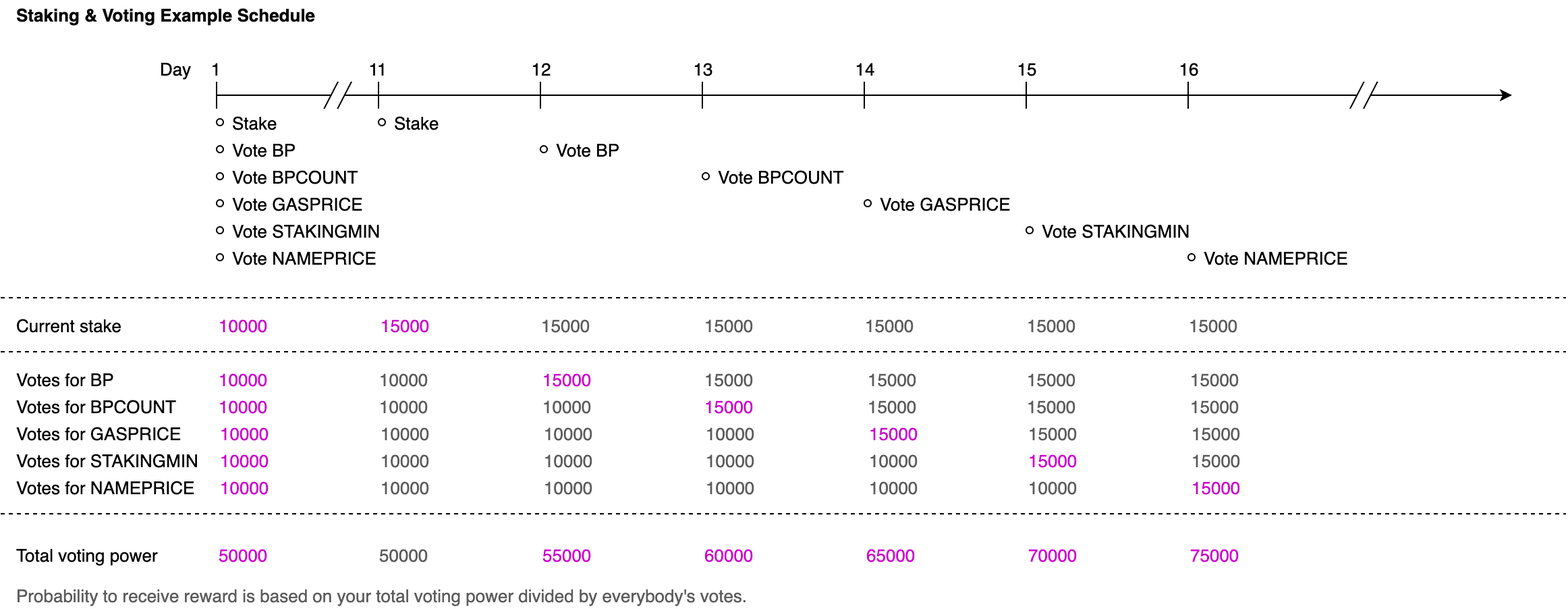
This is src/assets/voting-diagram.png from aergoio/aergo-vote-dapp, a draw.io export, as it was before one commit. Source tidied: cells renumbered, new cells last; positions are measured from the earlier drawing's top-left corner, leaving out a move shared by most shapes.
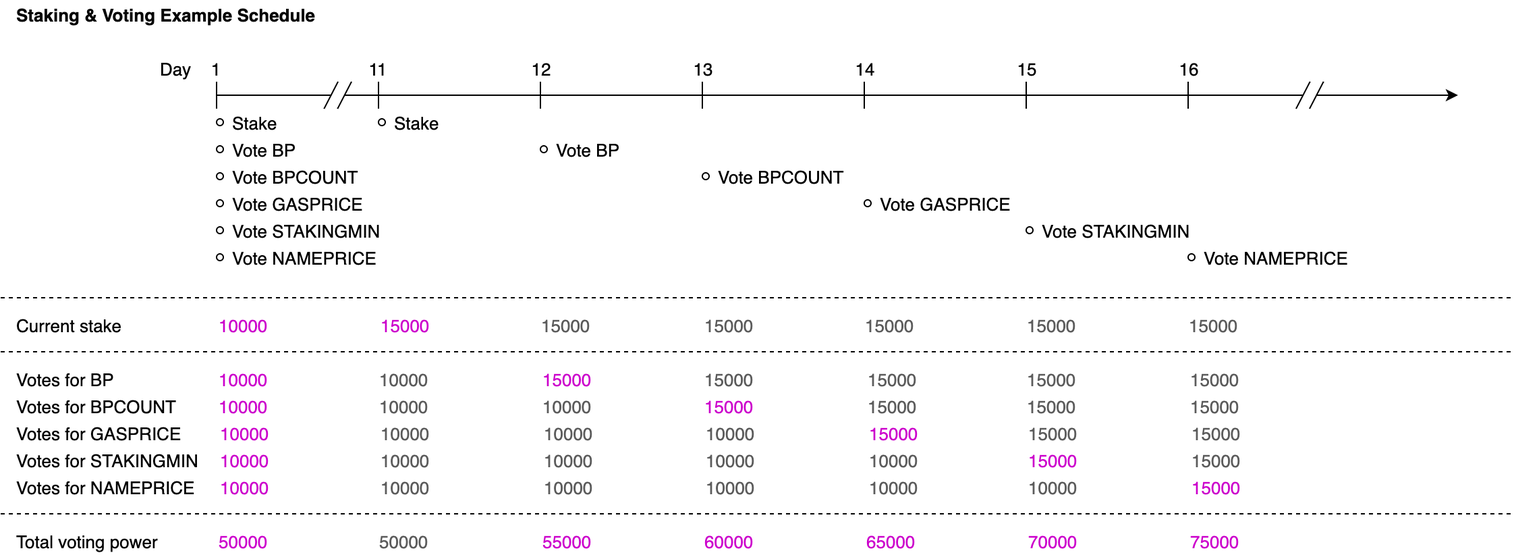
After the change.

The edit, as a diff of the source:
```diff
@@ -4,7 +4,7 @@
     <mxCell id="1" parent="0" />
     <mxCell id="2" style="endArrow=classic;html=1;endFill=1;fontSize=13;" parent="1" edge="1" source="16">
       <mxGeometry relative="1" as="geometry">
-        <mxPoint x="1120" y="70" as="targetPoint" />
+        <mxPoint x="1080" y="70" as="targetPoint" />
       </mxGeometry>
     </mxCell>
     <mxCell id="3" value="Day" style="text;html=1;strokeColor=none;fillColor=none;align=center;verticalAlign=middle;whiteSpace=wrap;rounded=0;fontSize=13;" parent="1" vertex="1">
@@ -130,24 +130,24 @@
       </mxGeometry>
     </mxCell>
     <mxCell id="34" style="shape=parallelogram;perimeter=parallelogramPerimeter;whiteSpace=wrap;html=1;fontSize=13;align=left;strokeColor=none;size=0.5111111111111067;" parent="1" vertex="1">
-      <mxGeometry x="1000.3" y="60" width="20" height="20" as="geometry" />
+      <mxGeometry x="960.3" y="60" width="20" height="20" as="geometry" />
     </mxCell>
     <mxCell id="35" style="endArrow=none;html=1;entryX=0.75;entryY=1;entryDx=0;entryDy=0;fontSize=13;" parent="1" edge="1">
       <mxGeometry relative="1" as="geometry">
-        <mxPoint x="1000" y="80" as="sourcePoint" />
-        <mxPoint x="1010.3" y="60" as="targetPoint" />
+        <mxPoint x="960" y="80" as="sourcePoint" />
+        <mxPoint x="970.3" y="60" as="targetPoint" />
       </mxGeometry>
     </mxCell>
     <mxCell id="36" style="endArrow=none;html=1;entryX=0.75;entryY=1;entryDx=0;entryDy=0;fontSize=13;" parent="1" edge="1">
       <mxGeometry relative="1" as="geometry">
-        <mxPoint x="1010" y="80" as="sourcePoint" />
-        <mxPoint x="1020.3" y="60" as="targetPoint" />
+        <mxPoint x="970" y="80" as="sourcePoint" />
+        <mxPoint x="980.3" y="60" as="targetPoint" />
       </mxGeometry>
     </mxCell>
     <mxCell id="37" style="endArrow=none;dashed=1;html=1;fontSize=13;" parent="1" edge="1">
       <mxGeometry relative="1" as="geometry">
         <mxPoint y="220" as="sourcePoint" />
-        <mxPoint x="1160" y="220" as="targetPoint" />
+        <mxPoint x="1120" y="220" as="targetPoint" />
       </mxGeometry>
     </mxCell>
     <mxCell id="38" value="Current stake" style="text;html=1;strokeColor=none;fillColor=none;align=left;verticalAlign=middle;whiteSpace=wrap;rounded=0;fontSize=13;" parent="1" vertex="1">
@@ -155,36 +155,36 @@
     </mxCell>
     <mxCell id="39" style="edgeStyle=orthogonalEdgeStyle;rounded=0;orthogonalLoop=1;jettySize=auto;html=1;exitX=0.5;exitY=1;exitDx=0;exitDy=0;endArrow=classic;endFill=1;fontSize=13;" parent="1" edge="1">
       <mxGeometry relative="1" as="geometry">
-        <mxPoint x="55" y="400" as="sourcePoint" />
-        <mxPoint x="55" y="400" as="targetPoint" />
+        <mxPoint x="55" y="390" as="sourcePoint" />
+        <mxPoint x="55" y="390" as="targetPoint" />
       </mxGeometry>
     </mxCell>
     <mxCell id="40" value="Total voting power" style="text;html=1;strokeColor=none;fillColor=none;align=left;verticalAlign=middle;whiteSpace=wrap;rounded=0;fontSize=13;" parent="1" vertex="1">
-      <mxGeometry x="10" y="400" width="110" height="20" as="geometry" />
+      <mxGeometry x="10" y="390" width="110" height="20" as="geometry" />
     </mxCell>
     <mxCell id="41" value="10000" style="text;html=1;strokeColor=none;fillColor=none;align=left;verticalAlign=middle;whiteSpace=wrap;rounded=0;fontColor=#CC00CC;fontSize=13;" parent="1" vertex="1">
       <mxGeometry x="160" y="230" width="120" height="20" as="geometry" />
     </mxCell>
     <mxCell id="42" value="50000" style="text;html=1;strokeColor=none;fillColor=none;align=left;verticalAlign=middle;whiteSpace=wrap;rounded=0;fontColor=#CC00CC;fontSize=13;" parent="1" vertex="1">
-      <mxGeometry x="160" y="400" width="120" height="20" as="geometry" />
+      <mxGeometry x="160" y="390" width="120" height="20" as="geometry" />
     </mxCell>
     <mxCell id="43" value="15000" style="text;html=1;strokeColor=none;fillColor=none;align=left;verticalAlign=middle;whiteSpace=wrap;rounded=0;fontColor=#CC00CC;fontSize=13;" parent="1" vertex="1">
       <mxGeometry x="280" y="230" width="120" height="20" as="geometry" />
     </mxCell>
     <mxCell id="44" value="55000" style="text;html=1;strokeColor=none;fillColor=none;align=left;verticalAlign=middle;whiteSpace=wrap;rounded=0;fontColor=#CC00CC;fontSize=13;" parent="1" vertex="1">
-      <mxGeometry x="400" y="400" width="120" height="20" as="geometry" />
+      <mxGeometry x="400" y="390" width="120" height="20" as="geometry" />
     </mxCell>
     <mxCell id="45" value="60000" style="text;html=1;strokeColor=none;fillColor=none;align=left;verticalAlign=middle;whiteSpace=wrap;rounded=0;fontColor=#CC00CC;fontSize=13;" parent="1" vertex="1">
-      <mxGeometry x="520" y="400" width="120" height="20" as="geometry" />
+      <mxGeometry x="520" y="390" width="120" height="20" as="geometry" />
     </mxCell>
     <mxCell id="46" value="65000" style="text;html=1;strokeColor=none;fillColor=none;align=left;verticalAlign=middle;whiteSpace=wrap;rounded=0;fontColor=#CC00CC;fontSize=13;" parent="1" vertex="1">
-      <mxGeometry x="640" y="400" width="120" height="20" as="geometry" />
+      <mxGeometry x="640" y="390" width="120" height="20" as="geometry" />
     </mxCell>
     <mxCell id="47" value="70000" style="text;html=1;strokeColor=none;fillColor=none;align=left;verticalAlign=middle;whiteSpace=wrap;rounded=0;fontColor=#CC00CC;fontSize=13;" parent="1" vertex="1">
-      <mxGeometry x="760" y="400" width="120" height="20" as="geometry" />
+      <mxGeometry x="760" y="390" width="120" height="20" as="geometry" />
     </mxCell>
     <mxCell id="48" value="75000" style="text;html=1;strokeColor=none;fillColor=none;align=left;verticalAlign=middle;whiteSpace=wrap;rounded=0;fontColor=#CC00CC;fontSize=13;" parent="1" vertex="1">
-      <mxGeometry x="880" y="400" width="120" height="20" as="geometry" />
+      <mxGeometry x="880" y="390" width="120" height="20" as="geometry" />
     </mxCell>
     <mxCell id="49" value="Votes for BP" style="text;html=1;strokeColor=none;fillColor=none;align=left;verticalAlign=middle;whiteSpace=wrap;rounded=0;fontSize=13;" parent="1" vertex="1">
       <mxGeometry x="10" y="270" width="110" height="20" as="geometry" />
@@ -204,13 +204,13 @@
     <mxCell id="54" style="endArrow=none;dashed=1;html=1;fontSize=13;" parent="1" edge="1">
       <mxGeometry relative="1" as="geometry">
         <mxPoint y="260" as="sourcePoint" />
-        <mxPoint x="1160" y="260" as="targetPoint" />
+        <mxPoint x="1120" y="260" as="targetPoint" />
       </mxGeometry>
     </mxCell>
     <mxCell id="55" style="endArrow=none;dashed=1;html=1;fontSize=13;" parent="1" edge="1">
       <mxGeometry relative="1" as="geometry">
         <mxPoint y="380" as="sourcePoint" />
-        <mxPoint x="1160" y="380" as="targetPoint" />
+        <mxPoint x="1120" y="380" as="targetPoint" />
       </mxGeometry>
     </mxCell>
     <mxCell id="56" value="10000" style="text;html=1;strokeColor=none;fillColor=none;align=left;verticalAlign=middle;whiteSpace=wrap;rounded=0;fontColor=#CC00CC;fontSize=13;" parent="1" vertex="1">
@@ -370,11 +370,8 @@
       <mxGeometry x="880" y="187.5" width="5" height="5" as="geometry" />
     </mxCell>
     <mxCell id="108" value="50000" style="text;html=1;strokeColor=none;fillColor=none;align=left;verticalAlign=middle;whiteSpace=wrap;rounded=0;fontSize=13;fontColor=#5C5C5C;" parent="1" vertex="1">
-      <mxGeometry x="279" y="400" width="120" height="20" as="geometry" />
+      <mxGeometry x="279" y="390" width="120" height="20" as="geometry" />
     </mxCell>
-    <mxCell id="109" value="Probability to receive reward is based on your total voting power divided by everybody's votes." style="text;html=1;strokeColor=none;fillColor=none;align=left;verticalAlign=middle;whiteSpace=wrap;rounded=0;fontSize=13;fontColor=#5C5C5C;" parent="1" vertex="1">
-      <mxGeometry x="10" y="430" width="940" height="20" as="geometry" />
-    </mxCell>
     <mxCell id="110" value="&lt;b&gt;Staking &amp;amp; Voting Example Schedule&lt;/b&gt;" style="text;html=1;strokeColor=none;fillColor=none;align=left;verticalAlign=middle;whiteSpace=wrap;rounded=0;fontSize=13;fontColor=#050505;" parent="1" vertex="1">
       <mxGeometry x="10" width="400" height="20" as="geometry" />
     </mxCell>
```
